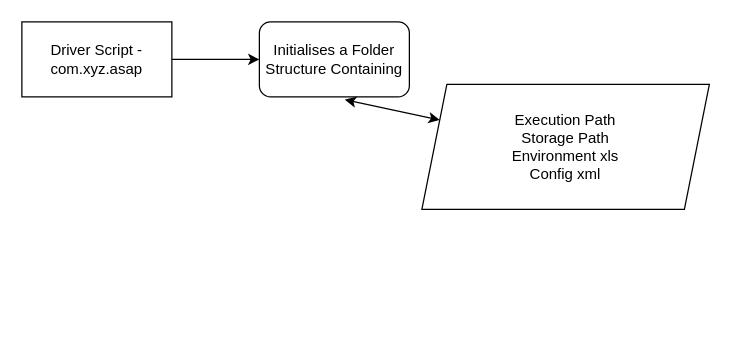
Earlier version of the draw.io diagram Untitled Diagram.drawio (bhajojo/SFrame). Source tidied: cells renumbered, new cells numbered last; positions are measured from the earlier drawing's top-left corner, leaving out a move shared by most shapes. Both pictures are drawn from the tidied source at 125%, with x=0, y=0 at pixel (21, 21).
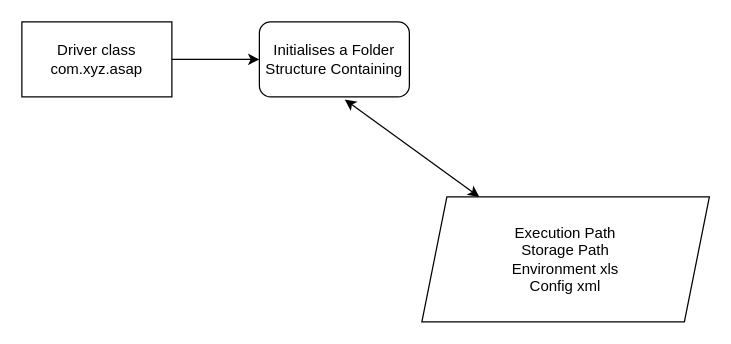
The same page after the edit.

What changed in the source:
```diff
@@
 <mxGraphModel>
   <root>
     <mxCell id="0" />
     <mxCell id="1" parent="0" />
     <mxCell id="2" style="edgeStyle=orthogonalEdgeStyle;rounded=0;jettySize=auto;html=1;exitX=1;exitY=0.5;exitDx=0;exitDy=0;" parent="1" edge="1" source="3" target="4">
       <mxGeometry relative="1" as="geometry" />
     </mxCell>
-    <mxCell id="3" value="Driver Script - com.xyz.asap" style="rounded=0;whiteSpace=wrap;html=1;" parent="1" vertex="1">
+    <mxCell id="3" value="Driver class com.xyz.asap" style="rounded=0;whiteSpace=wrap;html=1;" parent="1" vertex="1">
       <mxGeometry width="120" height="60" as="geometry" />
     </mxCell>
     <mxCell id="4" value="Initialises a Folder Structure Containing" style="rounded=1;whiteSpace=wrap;html=1;" parent="1" vertex="1">
       <mxGeometry x="190" width="120" height="60" as="geometry" />
     </mxCell>
     <mxCell id="5" value="Execution Path&lt;br&gt;Storage Path&lt;br&gt;Environment xls&lt;br&gt;Config xml&lt;br&gt;" style="shape=parallelogram;perimeter=parallelogramPerimeter;whiteSpace=wrap;html=1;fixedSize=1;" parent="1" vertex="1">
-      <mxGeometry x="320" y="50" width="230" height="100" as="geometry" />
+      <mxGeometry x="320" y="140" width="230" height="100" as="geometry" />
     </mxCell>
     <mxCell id="6" style="endArrow=classic;startArrow=classic;html=1;entryX=0.57;entryY=1.037;entryDx=0;entryDy=0;entryPerimeter=0;" parent="1" edge="1" source="5" target="4">
       <mxGeometry relative="1" as="geometry" />
     </mxCell>
   </root>
 </mxGraphModel>
```
